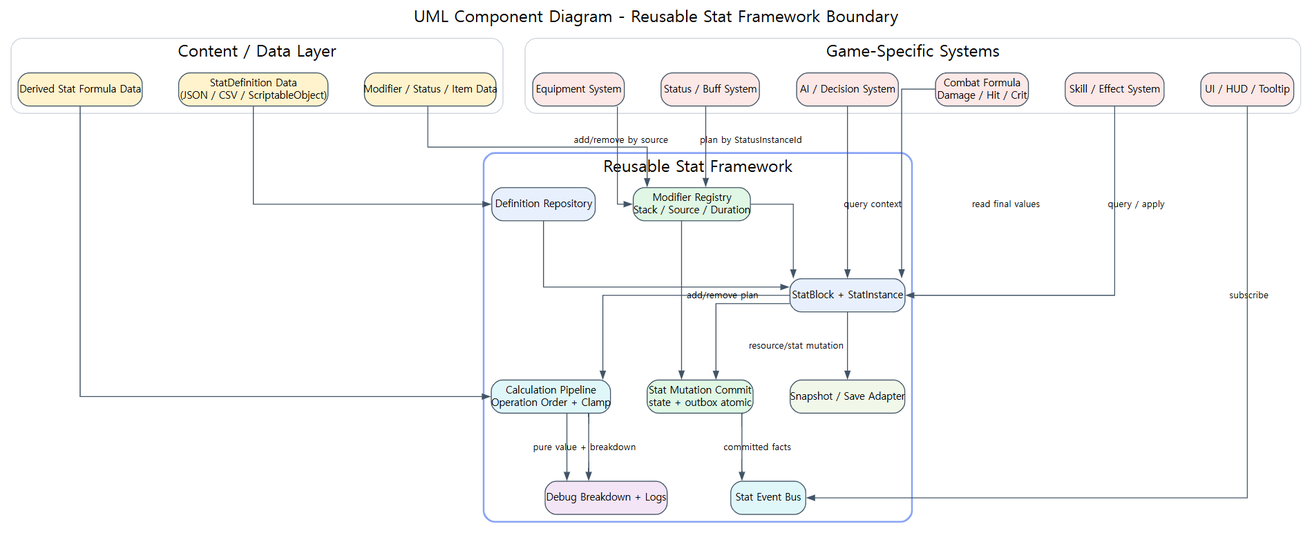
JY-LemongO/game-system-framework-knowledge-site keeps this Graphviz diagram as assets/diagrams/03_component_diagram.png. Above is the earlier version. Its source is kept beside it as source/diagrams/03_component_diagram.dot.
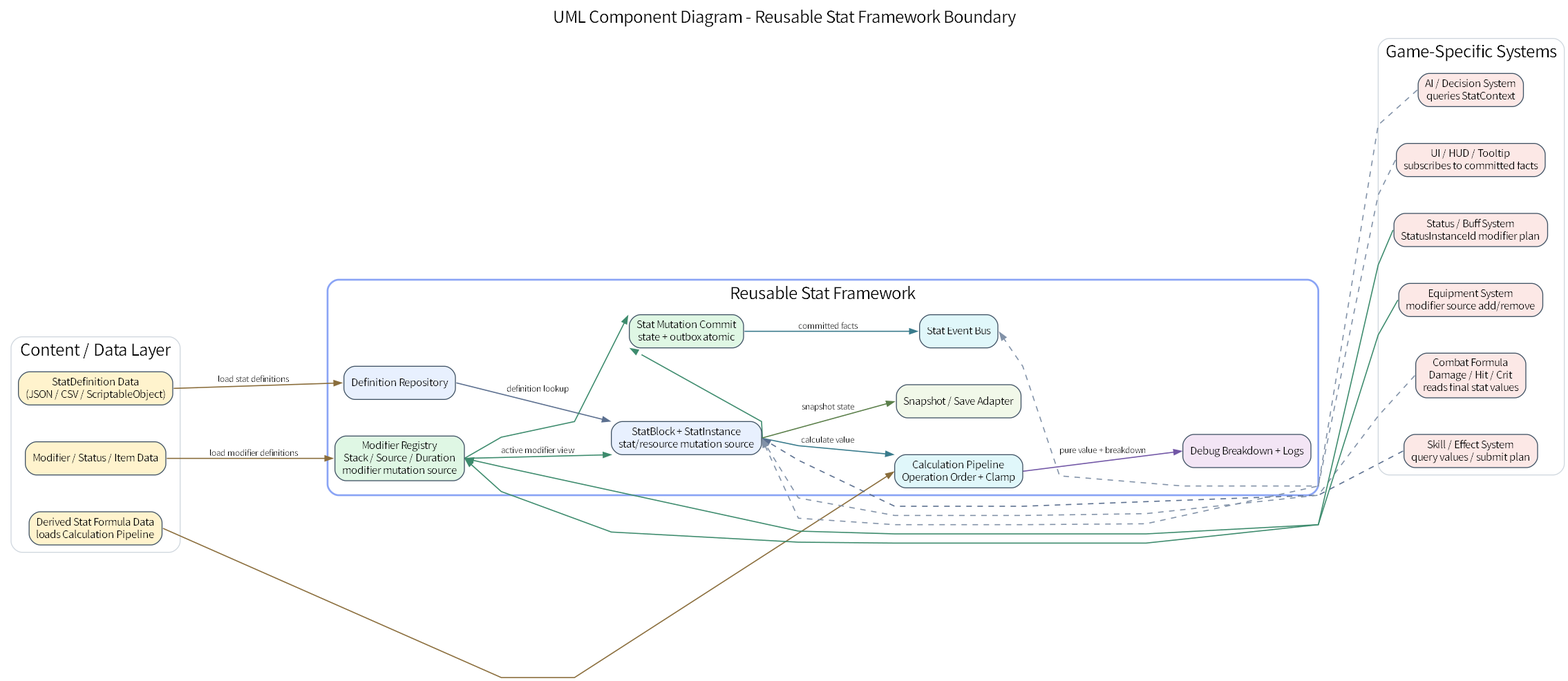
The same file after the commit.

What changed in the source:
```diff
@@ -1,20 +1,21 @@
 digraph ComponentDiagram {
-	graph [bgcolor=white fontname="Noto Sans CJK KR" fontsize=18 label="UML Component Diagram - Reusable Stat Framework Boundary" labelloc=t nodesep=0.55 rankdir=TB ranksep=0.85 splines=ortho]
-	node [color="#425466" fontname="Noto Sans CJK KR" fontsize=11 shape=box style="rounded,filled"]
-	edge [arrowsize=0.8 color="#425466" fontname="Noto Sans CJK KR" fontsize=10]
+	graph [bgcolor=white compound=true fontname="Noto Sans KR" fontsize=18 label="UML Component Diagram - Reusable Stat Framework Boundary" labelloc=t newrank=true nodesep=0.55 outputorder=edgesfirst rankdir=LR ranksep=1.1 splines=polyline]
+	node [color="#425466" fontname="Noto Sans KR" fontsize=11 shape=box style="rounded,filled"]
+	edge [arrowsize=0.8 color="#425466" fontname="Noto Sans KR" fontsize=9 penwidth=1.2]
 	subgraph cluster_content {
-		color="#D0D7DE" fontname="Noto Sans CJK KR" label="Content / Data Layer" style=rounded
+		color="#D0D7DE" fontname="Noto Sans KR" label="Content / Data Layer" style=rounded
 		StatDefs [label="StatDefinition Data
 (JSON / CSV / ScriptableObject)" fillcolor="#FFF3CD"]
 		ModifierDefs [label="Modifier / Status / Item Data" fillcolor="#FFF3CD"]
-		FormulaDefs [label="Derived Stat Formula Data" fillcolor="#FFF3CD"]
+		FormulaDefs [label="Derived Stat Formula Data\nloads Calculation Pipeline" fillcolor="#FFF3CD"]
 	}
 	subgraph cluster_stat {
-		color="#8AA4F5" fontname="Noto Sans CJK KR" label="Reusable Stat Framework" style="rounded,bold"
+		color="#8AA4F5" fontname="Noto Sans KR" label="Reusable Stat Framework" style="rounded,bold"
 		Repo [label="Definition Repository" fillcolor="#E8F0FE"]
-		Block [label="StatBlock + StatInstance" fillcolor="#E8F0FE"]
+		Block [label="StatBlock + StatInstance\nstat/resource mutation source" fillcolor="#E8F0FE"]
 		ModReg [label="Modifier Registry
-Stack / Source / Duration" fillcolor="#DFF7E4"]
+Stack / Source / Duration
+modifier mutation source" fillcolor="#DFF7E4"]
 		Pipeline [label="Calculation Pipeline
 Operation Order + Clamp" fillcolor="#E0F7FA"]
 		Events [label="Stat Event Bus" fillcolor="#E0F7FA"]
@@ -23,31 +24,37 @@
 		Save [label="Snapshot / Save Adapter" fillcolor="#F1F8E9"]
 	}
 	subgraph cluster_game {
-		color="#D0D7DE" fontname="Noto Sans CJK KR" label="Game-Specific Systems" style=rounded
-		Skill [label="Skill / Effect System" fillcolor="#FCE8E6"]
+		color="#D0D7DE" fontname="Noto Sans KR" label="Game-Specific Systems" style=rounded
+		Skill [label="Skill / Effect System\nquery values / submit plan" fillcolor="#FCE8E6"]
 		Combat [label="Combat Formula
-Damage / Hit / Crit" fillcolor="#FCE8E6"]
-		Equip [label="Equipment System" fillcolor="#FCE8E6"]
-		Status [label="Status / Buff System" fillcolor="#FCE8E6"]
-		UI [label="UI / HUD / Tooltip" fillcolor="#FCE8E6"]
-		AI [label="AI / Decision System" fillcolor="#FCE8E6"]
+Damage / Hit / Crit
+reads final stat values" fillcolor="#FCE8E6"]
+		Equip [label="Equipment System\nmodifier source add/remove" fillcolor="#FCE8E6"]
+		Status [label="Status / Buff System\nStatusInstanceId modifier plan" fillcolor="#FCE8E6"]
+		UI [label="UI / HUD / Tooltip\nsubscribes to committed facts" fillcolor="#FCE8E6"]
+		AI [label="AI / Decision System\nqueries StatContext" fillcolor="#FCE8E6"]
 	}
-	StatDefs -> Repo
-	ModifierDefs -> ModReg
-	FormulaDefs -> Pipeline
-	Repo -> Block
-	ModReg -> Block
-	Block -> Pipeline
-	Pipeline -> Debug
-	Pipeline -> Debug [label="pure value + breakdown"]
-	ModReg -> Commit [label="add/remove plan"]
-	Block -> Commit [label="resource/stat mutation"]
-	Commit -> Events [label="committed facts"]
-	Block -> Save
-	Skill -> Block [label="query / apply"]
-	Equip -> ModReg [label="add/remove by source"]
-	Status -> ModReg [label="plan by StatusInstanceId"]
-	Combat -> Block [label="read final values"]
-	UI -> Events [label=subscribe]
-	AI -> Block [label="query context"]
+	{ rank=same; StatDefs; ModifierDefs; FormulaDefs }
+	{ rank=same; Repo; ModReg }
+	{ rank=same; Block; Commit }
+	{ rank=same; Pipeline; Events; Save }
+	{ rank=same; Skill; Equip; Status; Combat; UI; AI }
+	StatDefs:e -> Repo:w [label="load stat definitions" color="#8A6D3B"]
+	ModifierDefs:e -> ModReg:w [label="load modifier definitions" color="#8A6D3B"]
+	FormulaDefs:e -> Pipeline:w [color="#8A6D3B"]
+	Repo:e -> Block:nw [label="definition lookup" color="#5B6F8F"]
+	ModReg:e -> Block:sw [label="active modifier view" color="#3D8B6D"]
+	Block:e -> Pipeline:nw [label="calculate value" color="#397B8C"]
+	Pipeline:e -> Debug:w [label="pure value + breakdown" color="#7257A6"]
+	ModReg:e -> Commit:nw [color="#3D8B6D"]
+	Block:e -> Commit:sw [color="#3D8B6D"]
+	Commit:e -> Events:w [label="committed facts" color="#397B8C"]
+	Block:e -> Save:w [label="snapshot state" color="#5B7F4A"]
+	Debug:e -> Skill:w [style=invis weight=100]
+	UI:w -> Events:e [color="#8292A8" constraint=false style=dashed]
+	Skill:w -> Block:e [color="#5B6F8F" constraint=false style=dashed]
+	Combat:w -> Block:e [color="#8292A8" constraint=false style=dashed]
+	AI:w -> Block:e [color="#8292A8" constraint=false style=dashed]
+	Equip:w -> ModReg:e [color="#3D8B6D" constraint=false]
+	Status:w -> ModReg:e [color="#3D8B6D" constraint=false]
 }
```
